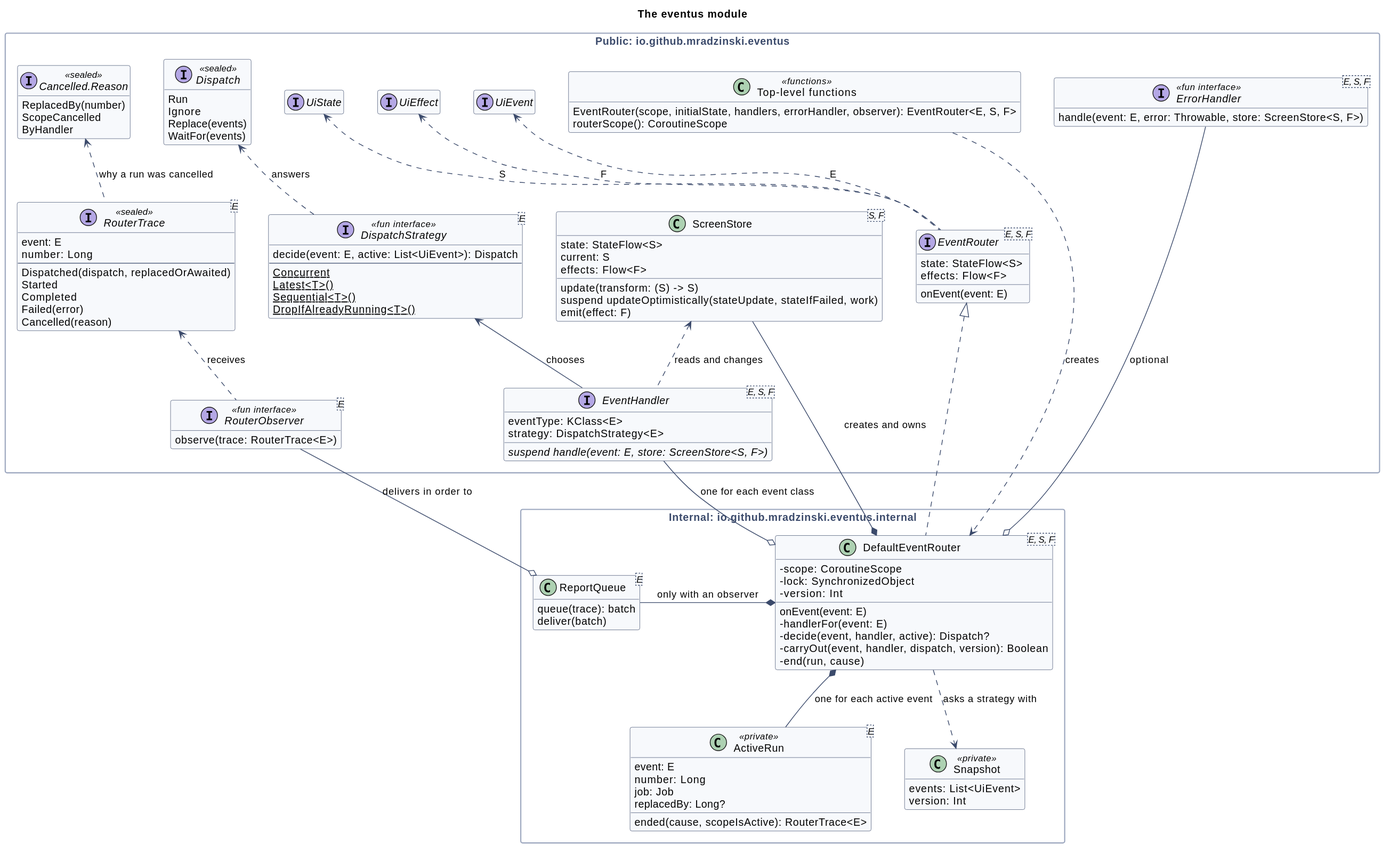
Above: docs/class-diagram.svg in mradzinski/Eventus (PlantUML), before the change.
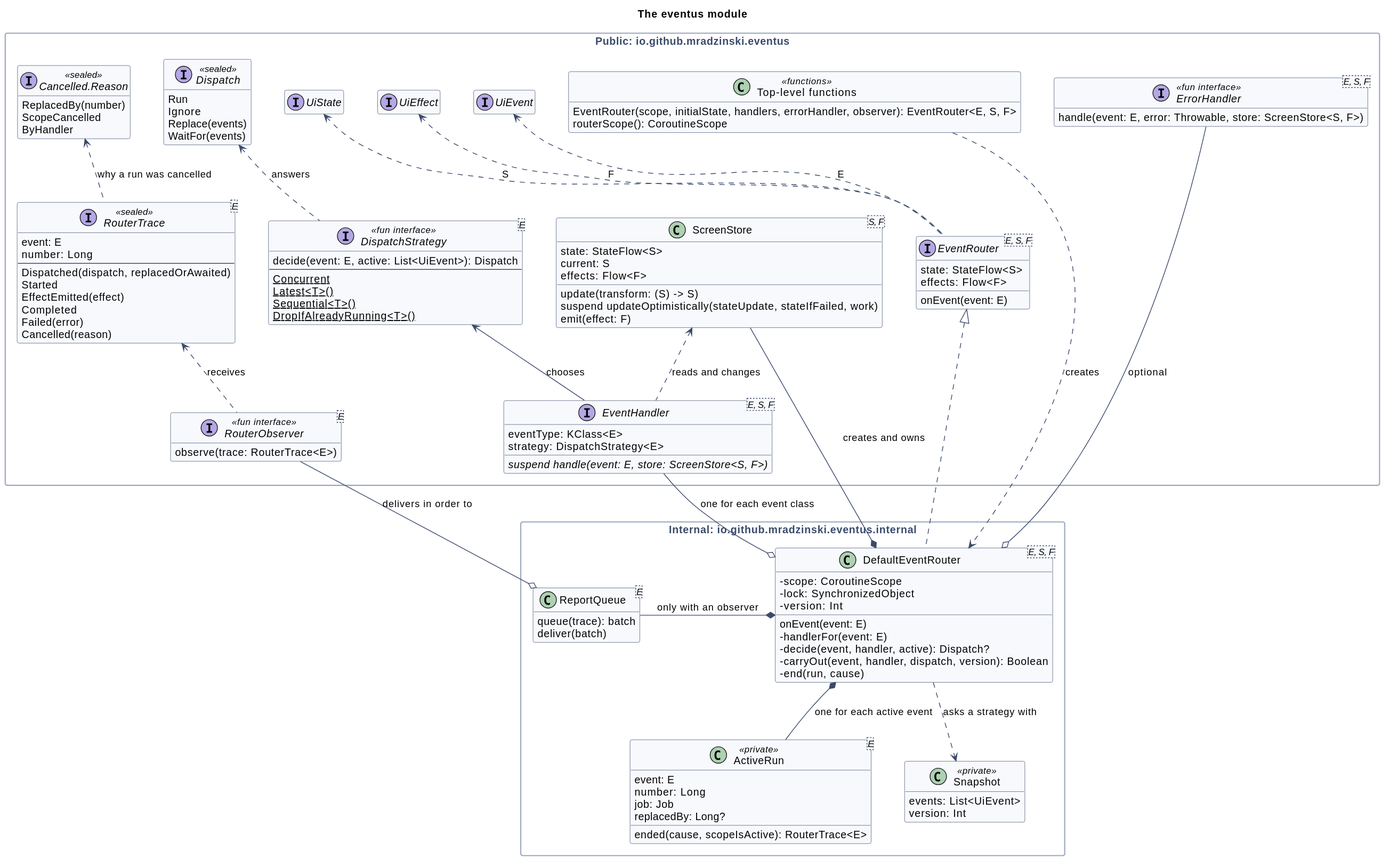
After the commit.

What changed in the source:
```diff
@@ -82,6 +82,7 @@
         --
         {field} Dispatched(dispatch, replacedOrAwaited)
         Started
+        {field} EffectEmitted(effect)
         Completed
         {field} Failed(error)
         {field} Cancelled(reason)
```
